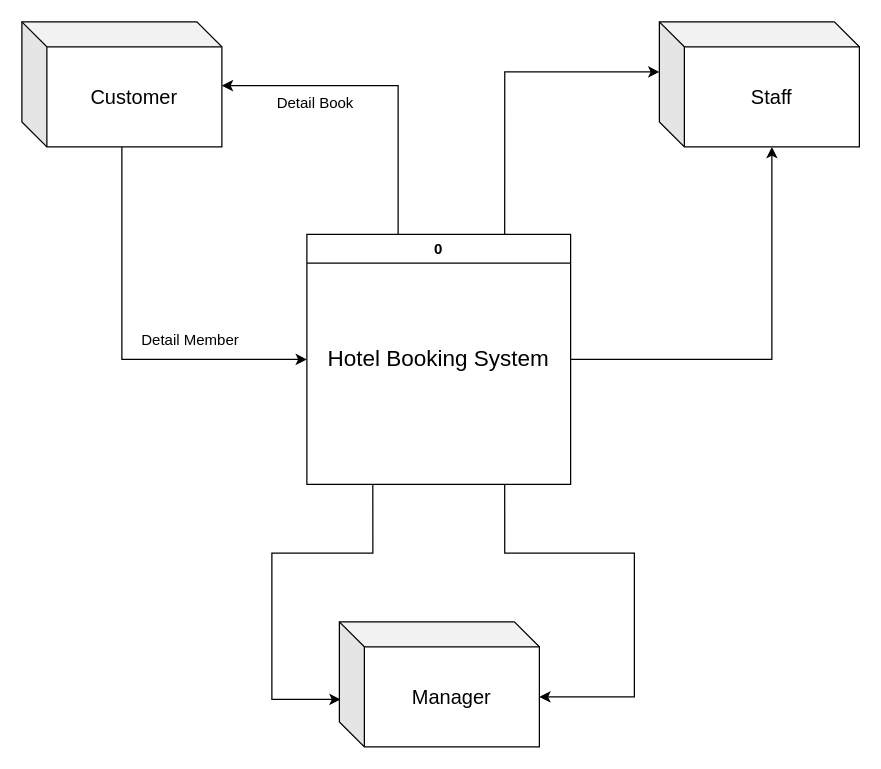
Before: แบบแผนที่ยังไม่ได้ตั้งชื่อ.drawio in Yaya25aom/bookhotel, a draw.io diagram. Source tidied: cells renumbered, new cells numbered last; positions are measured from the earlier drawing's top-left corner, leaving out a move shared by most shapes. Both pictures are drawn from the tidied source at 125%, with x=0, y=0 at pixel (21, 21).
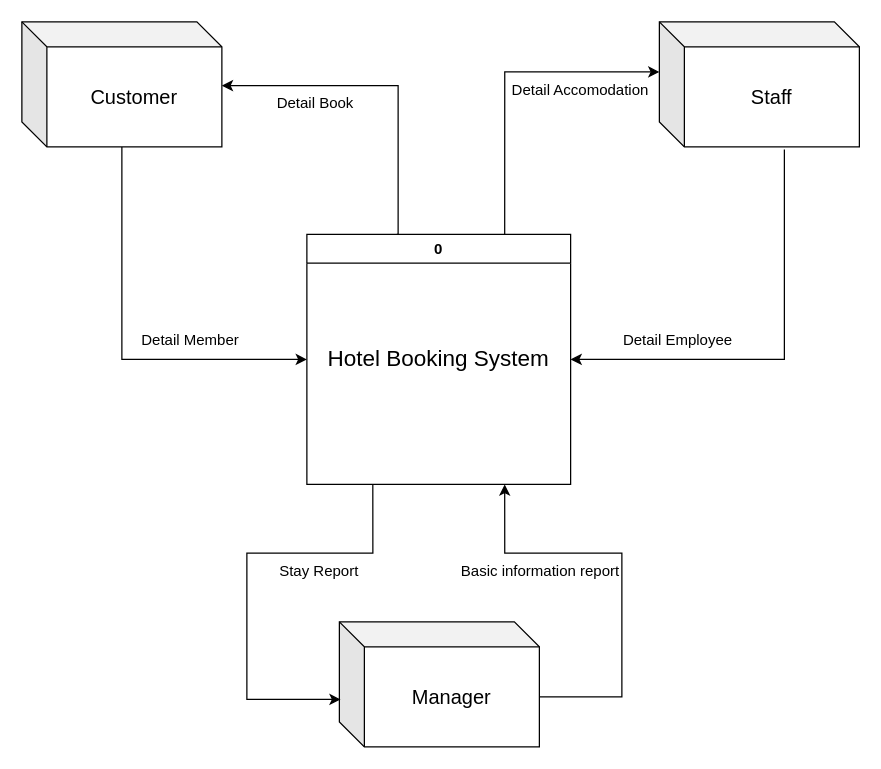
After the change.

The change refers to these unchanged cells:
```xml
<mxCell id="3" value="0" style="swimlane;whiteSpace=wrap;html=1;" parent="1" vertex="1">
  <mxGeometry x="228" y="170" width="211" height="200" as="geometry" />
</mxCell>
<mxCell id="6" value="Staff" style="shape=cube;whiteSpace=wrap;html=1;boundedLbl=1;backgroundOutline=1;darkOpacity=0.05;darkOpacity2=0.1;fontSize=16;" parent="1" vertex="1">
  <mxGeometry x="510" width="160" height="100" as="geometry" />
</mxCell>
<mxCell id="7" value="Manager" style="shape=cube;whiteSpace=wrap;html=1;boundedLbl=1;backgroundOutline=1;darkOpacity=0.05;darkOpacity2=0.1;fontSize=16;" parent="1" vertex="1">
  <mxGeometry x="254" y="480" width="160" height="100" as="geometry" />
</mxCell>
```

Change to the diagram source:
```diff
@@
-    <mxCell id="2" style="edgeStyle=orthogonalEdgeStyle;rounded=0;jettySize=auto;html=1;exitX=0.75;exitY=1;exitDx=0;exitDy=0;entryX=0;entryY=0;entryDx=160;entryDy=60;entryPerimeter=0;" parent="1" edge="1" source="3" target="7">
-      <mxGeometry relative="1" as="geometry">
-        <Array as="points">
-          <mxPoint x="386" y="425" />
-          <mxPoint x="490" y="425" />
-          <mxPoint x="490" y="540" />
-        </Array>
-      </mxGeometry>
-    </mxCell>
@@
+    <mxCell id="15" style="edgeStyle=orthogonalEdgeStyle;rounded=0;jettySize=auto;html=1;entryX=1;entryY=0.5;entryDx=0;entryDy=0;exitX=0.625;exitY=1.02;exitDx=0;exitDy=0;exitPerimeter=0;" parent="1" edge="1" source="6" target="3">
+      <mxGeometry relative="1" as="geometry">
+        <Array as="points">
+          <mxPoint x="610" y="270" />
+        </Array>
+      </mxGeometry>
+    </mxCell>
@@
+    <mxCell id="16" style="edgeStyle=orthogonalEdgeStyle;rounded=0;jettySize=auto;html=1;exitX=0;exitY=0;exitDx=160;exitDy=60;exitPerimeter=0;entryX=0.75;entryY=1;entryDx=0;entryDy=0;" parent="1" edge="1" source="7" target="3">
+      <mxGeometry relative="1" as="geometry">
+        <Array as="points">
+          <mxPoint x="480" y="540" />
+          <mxPoint x="480" y="425" />
+          <mxPoint x="386" y="425" />
+        </Array>
+      </mxGeometry>
+    </mxCell>
@@
-    <mxCell id="11" style="endArrow=classic;html=1;rounded=0;exitX=1;exitY=0.5;exitDx=0;exitDy=0;edgeStyle=orthogonalEdgeStyle;entryX=0;entryY=0;entryDx=90;entryDy=100;entryPerimeter=0;" parent="1" edge="1" source="3" target="6">
-      <mxGeometry relative="1" as="geometry" />
-    </mxCell>
     <mxCell id="12" style="endArrow=classic;html=1;rounded=0;exitX=0.25;exitY=1;exitDx=0;exitDy=0;edgeStyle=orthogonalEdgeStyle;entryX=0.006;entryY=0.62;entryDx=0;entryDy=0;entryPerimeter=0;" parent="1" edge="1" source="3" target="7">
       <mxGeometry relative="1" as="geometry">
         <Array as="points">
           <mxPoint x="281" y="425" />
-          <mxPoint x="200" y="425" />
-          <mxPoint x="200" y="542" />
+          <mxPoint x="180" y="425" />
+          <mxPoint x="180" y="542" />
         </Array>
       </mxGeometry>
     </mxCell>
@@
+    <mxCell id="17" value="Detail Accomodation" style="text;html=1;strokeColor=none;fillColor=none;align=center;verticalAlign=middle;whiteSpace=wrap;rounded=0;" parent="1" vertex="1">
+      <mxGeometry x="382" y="40" width="130" height="30" as="geometry" />
+    </mxCell>
+    <mxCell id="18" value="Detail Employee" style="text;html=1;strokeColor=none;fillColor=none;align=center;verticalAlign=middle;whiteSpace=wrap;rounded=0;" parent="1" vertex="1">
+      <mxGeometry x="460" y="240" width="130" height="30" as="geometry" />
+    </mxCell>
+    <mxCell id="19" value="Stay Report" style="text;html=1;strokeColor=none;fillColor=none;align=center;verticalAlign=middle;whiteSpace=wrap;rounded=0;" parent="1" vertex="1">
+      <mxGeometry x="173" y="425" width="130" height="30" as="geometry" />
+    </mxCell>
+    <mxCell id="20" value="Basic information report" style="text;html=1;strokeColor=none;fillColor=none;align=center;verticalAlign=middle;whiteSpace=wrap;rounded=0;" parent="1" vertex="1">
+      <mxGeometry x="350" y="425" width="130" height="30" as="geometry" />
+    </mxCell>
```
